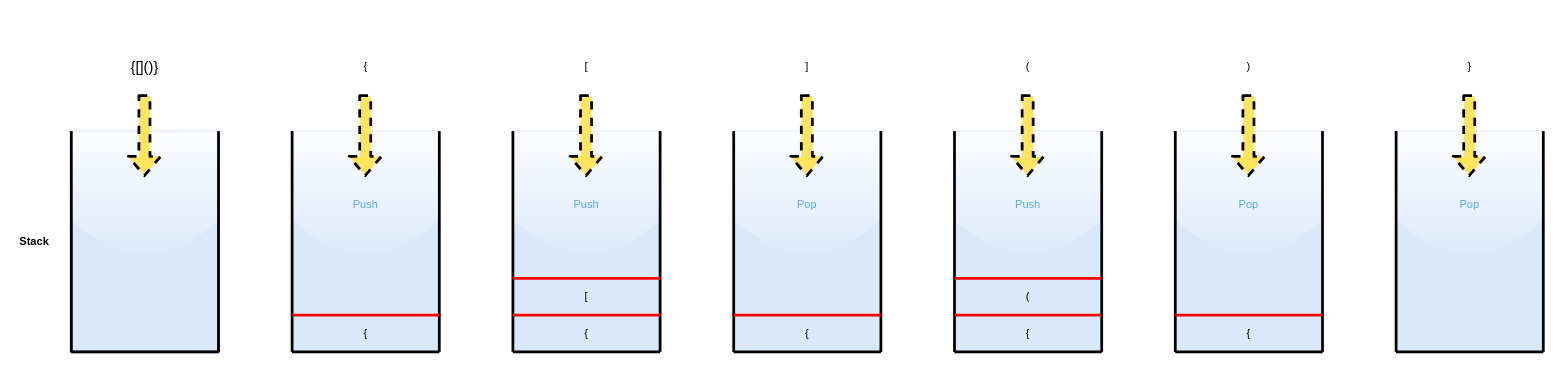
Earlier version of the draw.io diagram page "valid-parentheses" (1 of 3) of algorithms Diagram.drawio (DogBaoBao/diagrams). Source tidied: cells renumbered, new cells numbered last; positions are measured from the earlier drawing's top-left corner, leaving out a move shared by most shapes. Both pictures are drawn from the tidied source at 92%, with x=0, y=0 at pixel (16, 57).
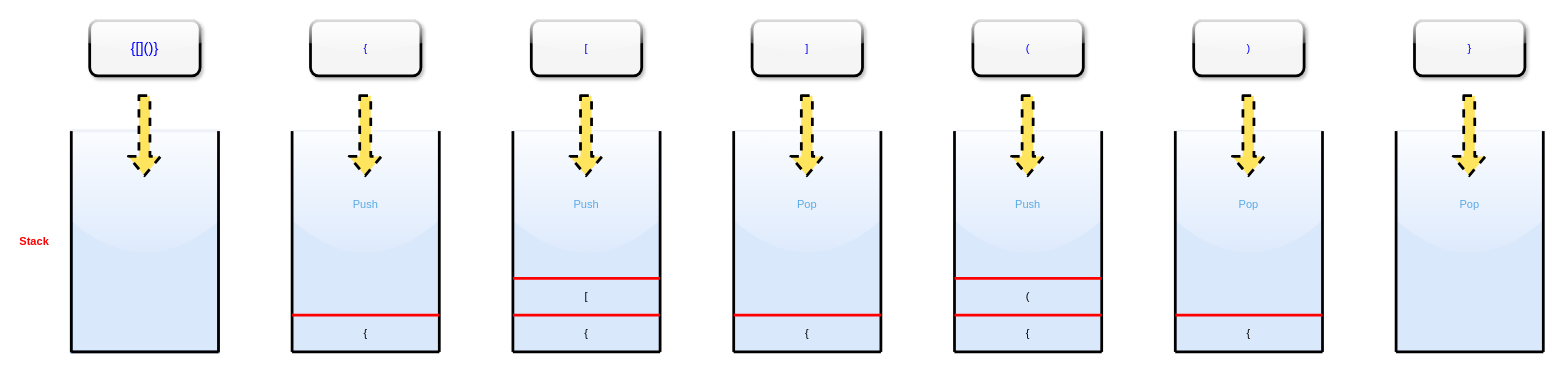
The same diagram, later.

What changed in the source:
```diff
@@
+    <mxCell id="65" style="rounded=1;whiteSpace=wrap;html=1;shadow=1;glass=1;labelBackgroundColor=none;sketch=0;strokeColor=#000000;strokeWidth=3;fillColor=#F5F5F5;fontColor=#0000FF;" parent="1" vertex="1">
+      <mxGeometry x="560" y="-40" width="120" height="60" as="geometry" />
+    </mxCell>
+    <mxCell id="66" style="rounded=1;whiteSpace=wrap;html=1;shadow=1;glass=1;labelBackgroundColor=none;sketch=0;strokeColor=#000000;strokeWidth=3;fillColor=#F5F5F5;fontColor=#0000FF;" parent="1" vertex="1">
+      <mxGeometry x="800" y="-40" width="120" height="60" as="geometry" />
+    </mxCell>
+    <mxCell id="67" style="rounded=1;whiteSpace=wrap;html=1;shadow=1;glass=1;labelBackgroundColor=none;sketch=0;strokeColor=#000000;strokeWidth=3;fillColor=#F5F5F5;fontColor=#0000FF;" parent="1" vertex="1">
+      <mxGeometry x="1040" y="-40" width="120" height="60" as="geometry" />
+    </mxCell>
+    <mxCell id="68" style="rounded=1;whiteSpace=wrap;html=1;shadow=1;glass=1;labelBackgroundColor=none;sketch=0;strokeColor=#000000;strokeWidth=3;fillColor=#F5F5F5;fontColor=#0000FF;" parent="1" vertex="1">
+      <mxGeometry x="1280" y="-40" width="120" height="60" as="geometry" />
+    </mxCell>
+    <mxCell id="69" style="rounded=1;whiteSpace=wrap;html=1;shadow=1;glass=1;labelBackgroundColor=none;sketch=0;strokeColor=#000000;strokeWidth=3;fillColor=#F5F5F5;fontColor=#0000FF;" parent="1" vertex="1">
+      <mxGeometry x="1520" y="-40" width="120" height="60" as="geometry" />
+    </mxCell>
+    <mxCell id="70" style="rounded=1;whiteSpace=wrap;html=1;shadow=1;glass=1;labelBackgroundColor=none;sketch=0;strokeColor=#000000;strokeWidth=3;fillColor=#F5F5F5;fontColor=#0000FF;" parent="1" vertex="1">
+      <mxGeometry x="320" y="-40" width="120" height="60" as="geometry" />
+    </mxCell>
+    <mxCell id="71" style="rounded=1;whiteSpace=wrap;html=1;shadow=1;glass=1;labelBackgroundColor=none;sketch=0;strokeColor=#000000;strokeWidth=3;fillColor=#F5F5F5;fontColor=#0000FF;" parent="1" vertex="1">
+      <mxGeometry x="80" y="-40" width="120" height="60" as="geometry" />
+    </mxCell>
-    <mxCell id="2" value="&lt;b&gt;Stack&lt;/b&gt;" style="text;html=1;strokeColor=none;fillColor=none;align=center;verticalAlign=middle;whiteSpace=wrap;rounded=0;strokeWidth=3;" parent="1" vertex="1">
+    <mxCell id="2" value="&lt;b&gt;Stack&lt;/b&gt;" style="text;html=1;strokeColor=none;fillColor=none;align=center;verticalAlign=middle;whiteSpace=wrap;rounded=0;strokeWidth=3;fontColor=#FF0000;" parent="1" vertex="1">
       <mxGeometry y="190" width="40" height="20" as="geometry" />
     </mxCell>
@@
-    <mxCell id="13" value="&lt;font style=&quot;font-size: 16px&quot;&gt;{[]()}&lt;/font&gt;" style="text;html=1;strokeColor=none;fillColor=none;align=center;verticalAlign=middle;whiteSpace=wrap;rounded=0;" parent="1" vertex="1">
-      <mxGeometry x="90" width="100" height="20" as="geometry" />
+    <mxCell id="13" value="&lt;font style=&quot;font-size: 16px&quot;&gt;{[]()}&lt;/font&gt;" style="text;html=1;strokeColor=none;fillColor=none;align=center;verticalAlign=middle;whiteSpace=wrap;rounded=0;fontColor=#0000FF;" parent="1" vertex="1">
+      <mxGeometry x="90" y="-20" width="100" height="20" as="geometry" />
     </mxCell>
@@
-    <mxCell id="24" value="{" style="text;html=1;strokeColor=none;fillColor=none;align=center;verticalAlign=middle;whiteSpace=wrap;rounded=0;" parent="1" vertex="1">
-      <mxGeometry x="360" width="40" height="20" as="geometry" />
+    <mxCell id="24" value="{" style="text;html=1;strokeColor=none;fillColor=none;align=center;verticalAlign=middle;whiteSpace=wrap;rounded=0;fontColor=#0000FF;" parent="1" vertex="1">
+      <mxGeometry x="360" y="-20" width="40" height="20" as="geometry" />
     </mxCell>
-    <mxCell id="25" value="[" style="text;html=1;strokeColor=none;fillColor=none;align=center;verticalAlign=middle;whiteSpace=wrap;rounded=0;" parent="1" vertex="1">
-      <mxGeometry x="600" width="40" height="20" as="geometry" />
+    <mxCell id="25" value="[" style="text;html=1;strokeColor=none;fillColor=none;align=center;verticalAlign=middle;whiteSpace=wrap;rounded=0;fontColor=#0000FF;" parent="1" vertex="1">
+      <mxGeometry x="600" y="-20" width="40" height="20" as="geometry" />
     </mxCell>
@@
-    <mxCell id="33" value="]" style="text;html=1;strokeColor=none;fillColor=none;align=center;verticalAlign=middle;whiteSpace=wrap;rounded=0;" parent="1" vertex="1">
-      <mxGeometry x="840" width="40" height="20" as="geometry" />
+    <mxCell id="33" value="]" style="text;html=1;strokeColor=none;fillColor=none;align=center;verticalAlign=middle;whiteSpace=wrap;rounded=0;fontColor=#0000FF;" parent="1" vertex="1">
+      <mxGeometry x="840" y="-20" width="40" height="20" as="geometry" />
     </mxCell>
@@
-    <mxCell id="43" value="(" style="text;html=1;strokeColor=none;fillColor=none;align=center;verticalAlign=middle;whiteSpace=wrap;rounded=0;" parent="1" vertex="1">
-      <mxGeometry x="1080" width="40" height="20" as="geometry" />
+    <mxCell id="43" value="(" style="text;html=1;strokeColor=none;fillColor=none;align=center;verticalAlign=middle;whiteSpace=wrap;rounded=0;fontColor=#0000FF;" parent="1" vertex="1">
+      <mxGeometry x="1080" y="-20" width="40" height="20" as="geometry" />
     </mxCell>
@@
-    <mxCell id="51" value=")" style="text;html=1;strokeColor=none;fillColor=none;align=center;verticalAlign=middle;whiteSpace=wrap;rounded=0;" parent="1" vertex="1">
-      <mxGeometry x="1320" width="40" height="20" as="geometry" />
+    <mxCell id="51" value=")" style="text;html=1;strokeColor=none;fillColor=none;align=center;verticalAlign=middle;whiteSpace=wrap;rounded=0;fontColor=#0000FF;" parent="1" vertex="1">
+      <mxGeometry x="1320" y="-20" width="40" height="20" as="geometry" />
     </mxCell>
@@
-    <mxCell id="57" value="}" style="text;html=1;strokeColor=none;fillColor=none;align=center;verticalAlign=middle;whiteSpace=wrap;rounded=0;" parent="1" vertex="1">
-      <mxGeometry x="1560" width="40" height="20" as="geometry" />
+    <mxCell id="57" value="}" style="text;html=1;strokeColor=none;fillColor=none;align=center;verticalAlign=middle;whiteSpace=wrap;rounded=0;fontColor=#0000FF;labelBackgroundColor=none;" parent="1" vertex="1">
+      <mxGeometry x="1560" y="-20" width="40" height="20" as="geometry" />
     </mxCell>
```
